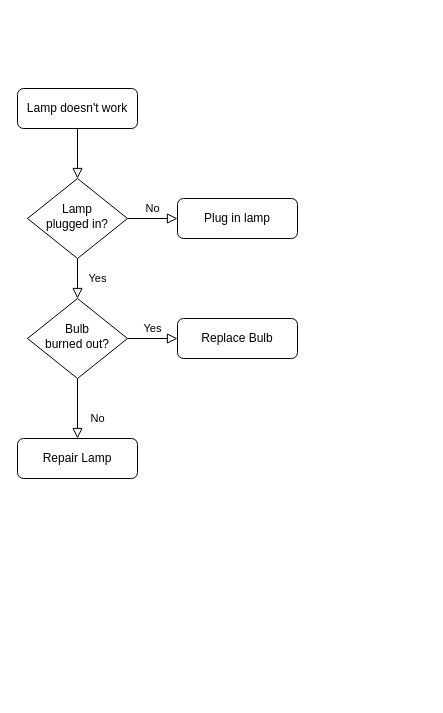
Above: Untitled Diagram.drawio in martavohnoutova/martavohnoutova.github.io (draw.io), before the change. Source tidied: cells renumbered, new cells numbered last; positions are measured from the earlier drawing's top-left corner, leaving out a move shared by most shapes. Both pictures are drawn from the tidied source at 100%, with x=0, y=0 at pixel (17, 88).
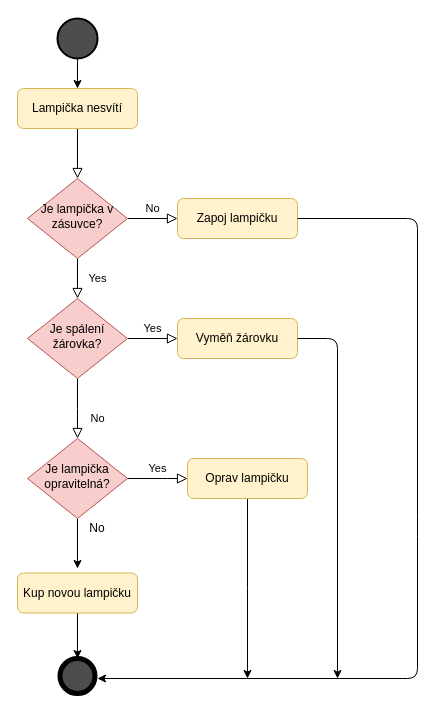
After the change.

Commit message:
Marta UML Flowchart.drawio

What changed in the source:
```diff
@@
-    <mxCell id="3" value="Lamp doesn't work" style="rounded=1;whiteSpace=wrap;html=1;fontSize=12;glass=0;strokeWidth=1;shadow=0;" parent="1" vertex="1">
+    <mxCell id="3" value="Lampička nesvítí" style="rounded=1;whiteSpace=wrap;html=1;fontSize=12;glass=0;strokeWidth=1;shadow=0;fillColor=#fff2cc;strokeColor=#d6b656;" parent="1" vertex="1">
       <mxGeometry width="120" height="40" as="geometry" />
     </mxCell>
@@
-    <mxCell id="6" value="Lamp&lt;br&gt;plugged in?" style="rhombus;whiteSpace=wrap;html=1;shadow=0;fontFamily=Helvetica;fontSize=12;align=center;strokeWidth=1;spacing=6;spacingTop=-4;" parent="1" vertex="1">
+    <mxCell id="6" value="Je lampička v zásuvce?" style="rhombus;whiteSpace=wrap;html=1;shadow=0;fontFamily=Helvetica;fontSize=12;align=center;strokeWidth=1;spacing=6;spacingTop=-4;fillColor=#f8cecc;strokeColor=#b85450;" parent="1" vertex="1">
       <mxGeometry x="10" y="90" width="100" height="80" as="geometry" />
     </mxCell>
-    <mxCell id="7" value="Plug in lamp" style="rounded=1;whiteSpace=wrap;html=1;fontSize=12;glass=0;strokeWidth=1;shadow=0;" parent="1" vertex="1">
+    <mxCell id="7" value="Zapoj lampičku" style="rounded=1;whiteSpace=wrap;html=1;fontSize=12;glass=0;strokeWidth=1;shadow=0;fillColor=#fff2cc;strokeColor=#d6b656;" parent="1" vertex="1">
       <mxGeometry x="160" y="110" width="120" height="40" as="geometry" />
     </mxCell>
-    <mxCell id="8" value="No" style="rounded=0;html=1;jettySize=auto;fontSize=11;endArrow=block;endFill=0;endSize=8;strokeWidth=1;shadow=0;labelBackgroundColor=none;edgeStyle=orthogonalEdgeStyle;" parent="1" edge="1" source="10" target="11">
-      <mxGeometry x="0.33" y="20" relative="1" as="geometry" />
+    <mxCell id="8" value="No" style="rounded=0;html=1;jettySize=auto;fontSize=11;endArrow=block;endFill=0;endSize=8;strokeWidth=1;shadow=0;labelBackgroundColor=none;edgeStyle=orthogonalEdgeStyle;" parent="1" edge="1" source="10">
+      <mxGeometry x="0.33" y="20" relative="1" as="geometry">
+        <mxPoint x="60" y="350" as="targetPoint" />
+      </mxGeometry>
     </mxCell>
@@
-    <mxCell id="10" value="Bulb&lt;br&gt;burned out?" style="rhombus;whiteSpace=wrap;html=1;shadow=0;fontFamily=Helvetica;fontSize=12;align=center;strokeWidth=1;spacing=6;spacingTop=-4;" parent="1" vertex="1">
+    <mxCell id="10" value="Je spálení žárovka?" style="rhombus;whiteSpace=wrap;html=1;shadow=0;fontFamily=Helvetica;fontSize=12;align=center;strokeWidth=1;spacing=6;spacingTop=-4;fillColor=#f8cecc;strokeColor=#b85450;" parent="1" vertex="1">
       <mxGeometry x="10" y="210" width="100" height="80" as="geometry" />
     </mxCell>
-    <mxCell id="11" value="Repair Lamp" style="rounded=1;whiteSpace=wrap;html=1;fontSize=12;glass=0;strokeWidth=1;shadow=0;" parent="1" vertex="1">
-      <mxGeometry y="350" width="120" height="40" as="geometry" />
-    </mxCell>
+    <mxCell id="13" style="edgeStyle=orthogonalEdgeStyle;rounded=0;orthogonalLoop=1;jettySize=auto;html=1;" parent="1" edge="1">
+      <mxGeometry relative="1" as="geometry">
+        <mxPoint x="60" y="390" as="sourcePoint" />
+        <mxPoint x="60" y="480" as="targetPoint" />
+      </mxGeometry>
+    </mxCell>
-    <mxCell id="12" value="Replace Bulb" style="rounded=1;whiteSpace=wrap;html=1;fontSize=12;glass=0;strokeWidth=1;shadow=0;" parent="1" vertex="1">
+    <mxCell id="12" value="Vyměň žárovku" style="rounded=1;whiteSpace=wrap;html=1;fontSize=12;glass=0;strokeWidth=1;shadow=0;fillColor=#fff2cc;strokeColor=#d6b656;" parent="1" vertex="1">
       <mxGeometry x="160" y="230" width="120" height="40" as="geometry" />
     </mxCell>
+    <mxCell id="14" style="edgeStyle=orthogonalEdgeStyle;rounded=0;jettySize=auto;html=1;" parent="1" edge="1" source="15" target="3">
+      <mxGeometry relative="1" as="geometry" />
+    </mxCell>
+    <mxCell id="15" style="strokeWidth=2;html=1;shape=mxgraph.flowchart.start_2;whiteSpace=wrap;fillColor=#4D4D4D;" parent="1" vertex="1">
+      <mxGeometry x="40" y="-70" width="40" height="40" as="geometry" />
+    </mxCell>
+    <mxCell id="16" style="shape=ellipse;html=1;dashed=0;whitespace=wrap;strokeWidth=5;perimeter=ellipsePerimeter;fillColor=#4D4D4D;" parent="1" vertex="1">
+      <mxGeometry x="42.5" y="570" width="35" height="35" as="geometry" />
+    </mxCell>
+    <mxCell id="17" style="endArrow=classic;html=1;" parent="1" edge="1" source="7">
+      <mxGeometry relative="1" as="geometry">
+        <mxPoint x="80" y="590" as="targetPoint" />
+        <Array as="points">
+          <mxPoint x="400" y="130" />
+          <mxPoint x="400" y="438" />
+          <mxPoint x="400" y="590" />
+        </Array>
+      </mxGeometry>
+    </mxCell>
+    <mxCell id="18" style="endArrow=classic;html=1;exitX=1;exitY=0.5;exitDx=0;exitDy=0;" parent="1" edge="1" source="12">
+      <mxGeometry relative="1" as="geometry">
+        <mxPoint x="320" y="590" as="targetPoint" />
+        <Array as="points">
+          <mxPoint x="320" y="250" />
+        </Array>
+      </mxGeometry>
+    </mxCell>
+    <mxCell id="19" value="Je lampička opravitelná?" style="rhombus;whiteSpace=wrap;html=1;shadow=0;fontFamily=Helvetica;fontSize=12;align=center;strokeWidth=1;spacing=6;spacingTop=-4;fillColor=#f8cecc;strokeColor=#b85450;" parent="1" vertex="1">
+      <mxGeometry x="10" y="350" width="100" height="80" as="geometry" />
+    </mxCell>
+    <mxCell id="20" value="Yes" style="edgeStyle=orthogonalEdgeStyle;rounded=0;html=1;jettySize=auto;fontSize=11;endArrow=block;endFill=0;endSize=8;strokeWidth=1;shadow=0;labelBackgroundColor=none;exitX=1;exitY=0.5;exitDx=0;exitDy=0;" parent="1" edge="1" source="19">
+      <mxGeometry y="10" relative="1" as="geometry">
+        <mxPoint x="170" y="390" as="targetPoint" />
+        <Array as="points">
+          <mxPoint x="150" y="390" />
+          <mxPoint x="150" y="390" />
+        </Array>
+      </mxGeometry>
+    </mxCell>
+    <mxCell id="21" style="edgeStyle=orthogonalEdgeStyle;rounded=0;jettySize=auto;html=1;" parent="1" edge="1" source="22">
+      <mxGeometry relative="1" as="geometry">
+        <mxPoint x="230" y="590" as="targetPoint" />
+      </mxGeometry>
+    </mxCell>
+    <mxCell id="22" value="Oprav lampičku" style="rounded=1;whiteSpace=wrap;html=1;fontSize=12;glass=0;strokeWidth=1;shadow=0;fillColor=#fff2cc;strokeColor=#d6b656;" parent="1" vertex="1">
+      <mxGeometry x="170" y="370" width="120" height="40" as="geometry" />
+    </mxCell>
+    <mxCell id="23" style="edgeStyle=orthogonalEdgeStyle;rounded=0;jettySize=auto;html=1;" parent="1" edge="1" source="24" target="16">
+      <mxGeometry relative="1" as="geometry" />
+    </mxCell>
+    <mxCell id="24" value="Kup novou lampičku" style="rounded=1;whiteSpace=wrap;html=1;fontSize=12;glass=0;strokeWidth=1;shadow=0;fillColor=#fff2cc;strokeColor=#d6b656;" parent="1" vertex="1">
+      <mxGeometry y="484.5" width="120" height="40" as="geometry" />
+    </mxCell>
+    <mxCell id="25" value="No" style="text;html=1;strokeColor=none;fillColor=none;align=center;verticalAlign=middle;whiteSpace=wrap;rounded=0;" parent="1" vertex="1">
+      <mxGeometry x="60" y="430" width="40" height="20" as="geometry" />
+    </mxCell>
```
